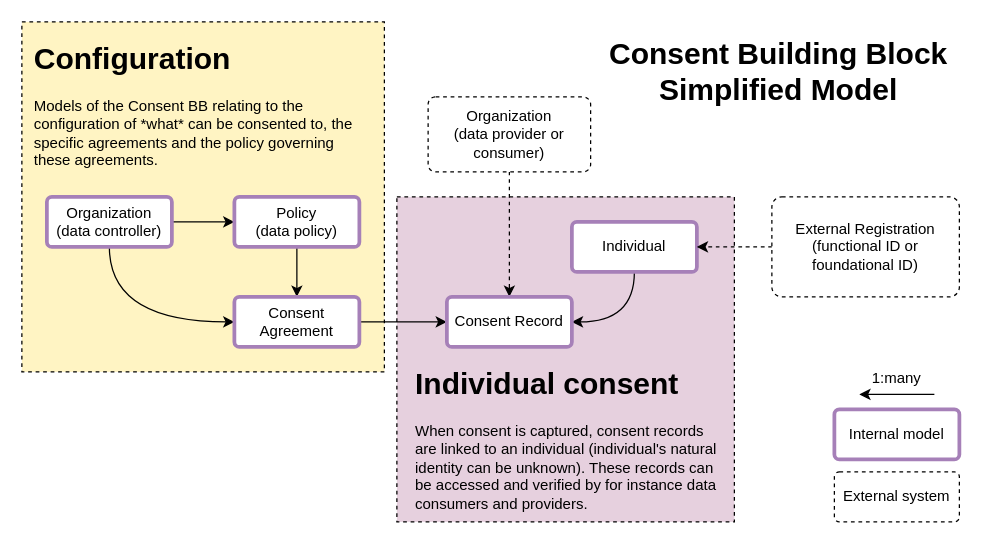
Earlier version of the draw.io diagram spec/diagrams/simplified-resource-relationship-model.drawio (GovStackWorkingGroup/bb-consent). Source tidied: cells renumbered, new cells numbered last; positions are measured from the earlier drawing's top-left corner, leaving out a move shared by most shapes. Both pictures are drawn from the tidied source at 125%, with x=0, y=0 at pixel (21, 21).
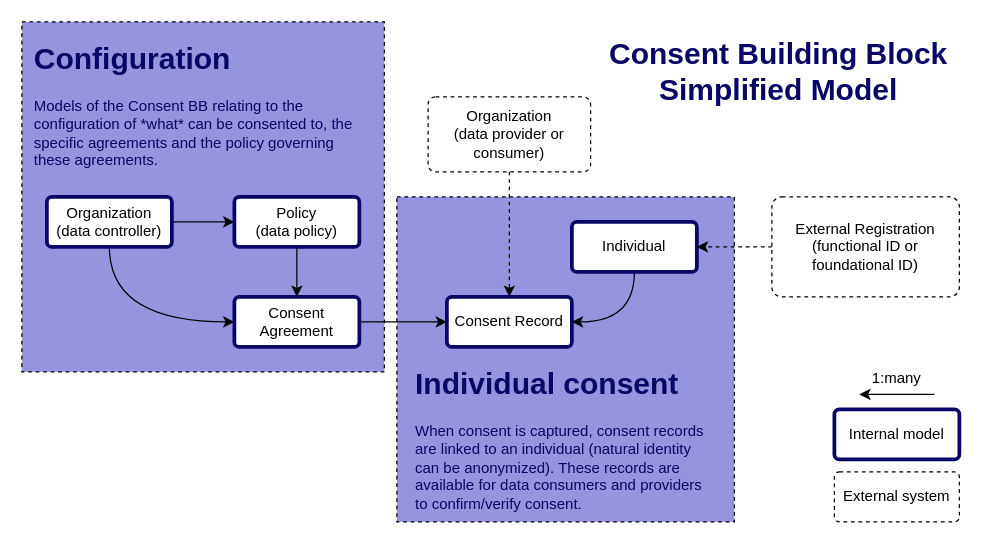
After the change.

Commit message (it also covers changes not shown here):
Update models from what seems to be a newer source

The edit, as a diff of the source:
```diff
@@
-    <mxCell id="2" style="rounded=0;whiteSpace=wrap;html=1;dashed=1;strokeColor=#000000;strokeWidth=1;fillColor=#E6D0DE;" parent="1" vertex="1">
+    <mxCell id="2" style="rounded=0;whiteSpace=wrap;html=1;dashed=1;strokeColor=#000000;strokeWidth=1;fillColor=#9694DE;" parent="1" vertex="1">
       <mxGeometry x="300" y="140" width="270" height="260" as="geometry" />
     </mxCell>
-    <mxCell id="3" style="rounded=0;whiteSpace=wrap;html=1;dashed=1;strokeColor=#000000;strokeWidth=1;fillColor=#FFF4C3;" parent="1" vertex="1">
+    <mxCell id="3" style="rounded=0;whiteSpace=wrap;html=1;dashed=1;strokeColor=#000000;strokeWidth=1;fillColor=#9694DE;" parent="1" vertex="1">
       <mxGeometry width="290" height="280" as="geometry" />
     </mxCell>
@@
-    <mxCell id="6" value="Organization&lt;br&gt;(data controller)" style="rounded=1;arcSize=10;whiteSpace=wrap;html=1;align=center;strokeWidth=3;strokeColor=#A680B8;" parent="1" vertex="1">
+    <mxCell id="6" value="Organization&lt;br&gt;(data controller)" style="rounded=1;arcSize=10;whiteSpace=wrap;html=1;align=center;strokeWidth=3;strokeColor=#090765;" parent="1" vertex="1">
       <mxGeometry x="20" y="140" width="100" height="40" as="geometry" />
     </mxCell>
@@
-    <mxCell id="8" value="Policy&lt;br&gt;(data policy)" style="rounded=1;arcSize=10;whiteSpace=wrap;html=1;align=center;strokeWidth=3;strokeColor=#A680B8;" parent="1" vertex="1">
+    <mxCell id="8" value="Policy&lt;br&gt;(data policy)" style="rounded=1;arcSize=10;whiteSpace=wrap;html=1;align=center;strokeWidth=3;strokeColor=#090765;" parent="1" vertex="1">
       <mxGeometry x="170" y="140" width="100" height="40" as="geometry" />
     </mxCell>
@@
-    <mxCell id="10" value="Consent Agreement" style="rounded=1;arcSize=10;whiteSpace=wrap;html=1;align=center;strokeWidth=3;strokeColor=#A680B8;" parent="1" vertex="1">
+    <mxCell id="10" value="Consent Agreement" style="rounded=1;arcSize=10;whiteSpace=wrap;html=1;align=center;strokeWidth=3;strokeColor=#090765;" parent="1" vertex="1">
       <mxGeometry x="170" y="220" width="100" height="40" as="geometry" />
     </mxCell>
@@
-    <mxCell id="14" value="Individual" style="rounded=1;arcSize=10;whiteSpace=wrap;html=1;align=center;strokeWidth=3;strokeColor=#A680B8;" parent="1" vertex="1">
+    <mxCell id="14" value="Individual" style="rounded=1;arcSize=10;whiteSpace=wrap;html=1;align=center;strokeWidth=3;strokeColor=#090765;" parent="1" vertex="1">
       <mxGeometry x="440" y="160" width="100" height="40" as="geometry" />
     </mxCell>
-    <mxCell id="15" value="Consent Record" style="rounded=1;arcSize=10;whiteSpace=wrap;html=1;align=center;strokeWidth=3;strokeColor=#A680B8;" parent="1" vertex="1">
+    <mxCell id="15" value="Consent Record" style="rounded=1;arcSize=10;whiteSpace=wrap;html=1;align=center;strokeWidth=3;strokeColor=#090765;" parent="1" vertex="1">
       <mxGeometry x="340" y="220" width="100" height="40" as="geometry" />
     </mxCell>
@@
-    <mxCell id="19" value="Internal model" style="rounded=1;arcSize=10;whiteSpace=wrap;html=1;align=center;strokeWidth=3;strokeColor=#A680B8;" parent="1" vertex="1">
+    <mxCell id="19" value="Internal model" style="rounded=1;arcSize=10;whiteSpace=wrap;html=1;align=center;strokeWidth=3;strokeColor=#090765;" parent="1" vertex="1">
       <mxGeometry x="650" y="310" width="100" height="40" as="geometry" />
     </mxCell>
-    <mxCell id="20" value="&lt;h1&gt;Configuration&lt;/h1&gt;&lt;p&gt;Models of the Consent BB relating to the configuration of *what* can be consented to, the specific agreements and the policy governing these agreements.&lt;br&gt;&lt;/p&gt;" style="text;html=1;strokeColor=none;fillColor=none;spacing=5;spacingTop=-20;whiteSpace=wrap;overflow=hidden;rounded=0;dashed=1;" parent="1" vertex="1">
+    <mxCell id="20" value="&lt;h1&gt;Configuration&lt;/h1&gt;&lt;p&gt;Models of the Consent BB relating to the configuration of *what* can be consented to, the specific agreements and the policy governing these agreements.&lt;br&gt;&lt;/p&gt;" style="text;html=1;strokeColor=none;fillColor=none;spacing=5;spacingTop=-20;whiteSpace=wrap;overflow=hidden;rounded=0;dashed=1;fontColor=#090765;" parent="1" vertex="1">
       <mxGeometry x="5" y="10" width="280" height="120" as="geometry" />
     </mxCell>
-    <mxCell id="21" value="&lt;h1&gt;Individual consent&lt;br&gt;&lt;/h1&gt;&lt;p&gt;When consent is captured, consent records are linked to an individual (individual's natural identity can be unknown). These records can be accessed and verified by for instance data consumers and providers.&lt;br&gt;&lt;/p&gt;" style="text;html=1;strokeColor=none;fillColor=none;spacing=5;spacingTop=-20;whiteSpace=wrap;overflow=hidden;rounded=0;dashed=1;" parent="1" vertex="1">
+    <mxCell id="21" value="&lt;h1&gt;Individual consent&lt;br&gt;&lt;/h1&gt;&lt;p&gt;When consent is captured, consent records are linked to an individual (natural identity can be anonymized). These records are available for data consumers and providers  to confirm/verify consent.&lt;br&gt;&lt;/p&gt;" style="text;html=1;strokeColor=none;fillColor=none;spacing=5;spacingTop=-20;whiteSpace=wrap;overflow=hidden;rounded=0;dashed=1;fontColor=#090765;" parent="1" vertex="1">
       <mxGeometry x="310" y="270" width="250" height="130" as="geometry" />
     </mxCell>
-    <mxCell id="22" value="Consent Building Block&lt;br&gt;Simplified Model" style="text;strokeColor=none;fillColor=none;html=1;fontSize=24;fontStyle=1;verticalAlign=middle;align=center;dashed=1;" parent="1" vertex="1">
+    <mxCell id="22" value="Consent Building Block&lt;br&gt;Simplified Model" style="text;strokeColor=none;fillColor=none;html=1;fontSize=24;fontStyle=1;verticalAlign=middle;align=center;dashed=1;fontColor=#090765;" parent="1" vertex="1">
       <mxGeometry x="460" y="10" width="290" height="60" as="geometry" />
     </mxCell>
```
